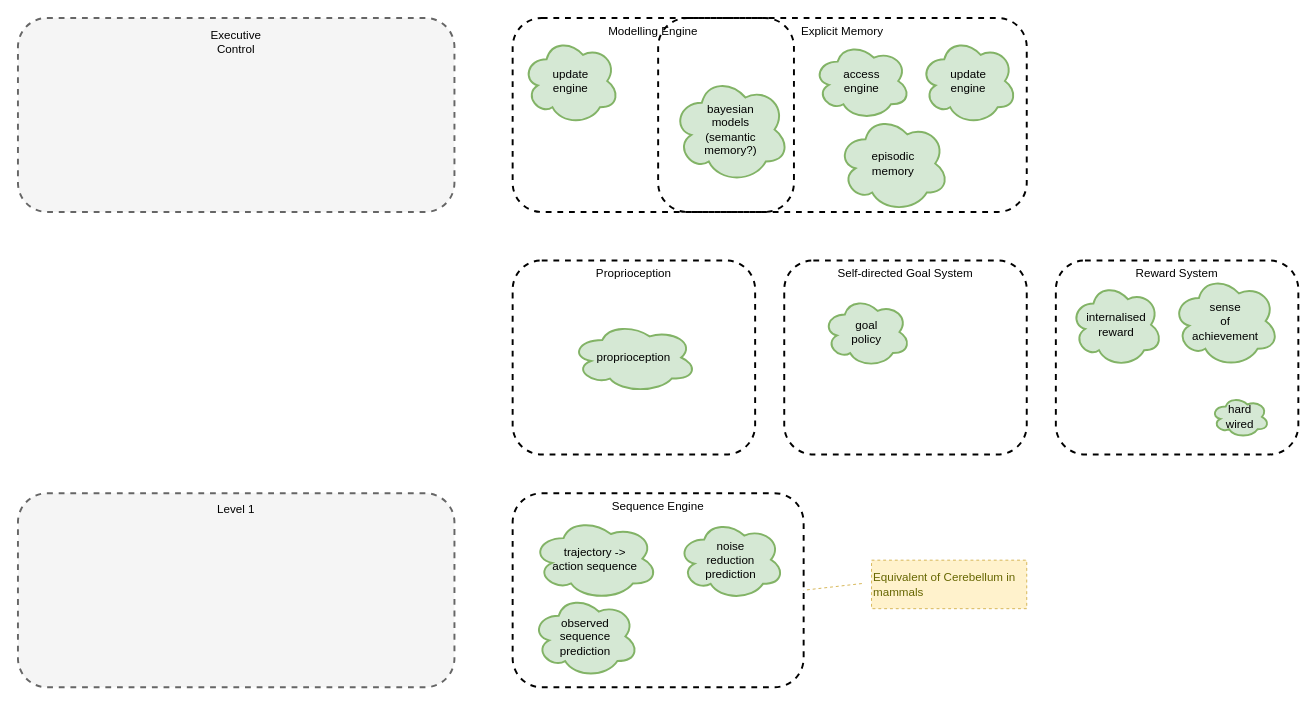
malcolmlett/malcolmlett.github.io keeps this draw.io diagram as page "overview-of-systems" (1 of 8) of files/An-agi-architecture-v1.drawio. Above is the earlier version. Source tidied: cells renumbered, new cells numbered last; positions are measured from the earlier drawing's top-left corner, leaving out a move shared by most shapes. Both pictures are drawn from the tidied source at 97%, with x=0, y=0 at pixel (17, 17).
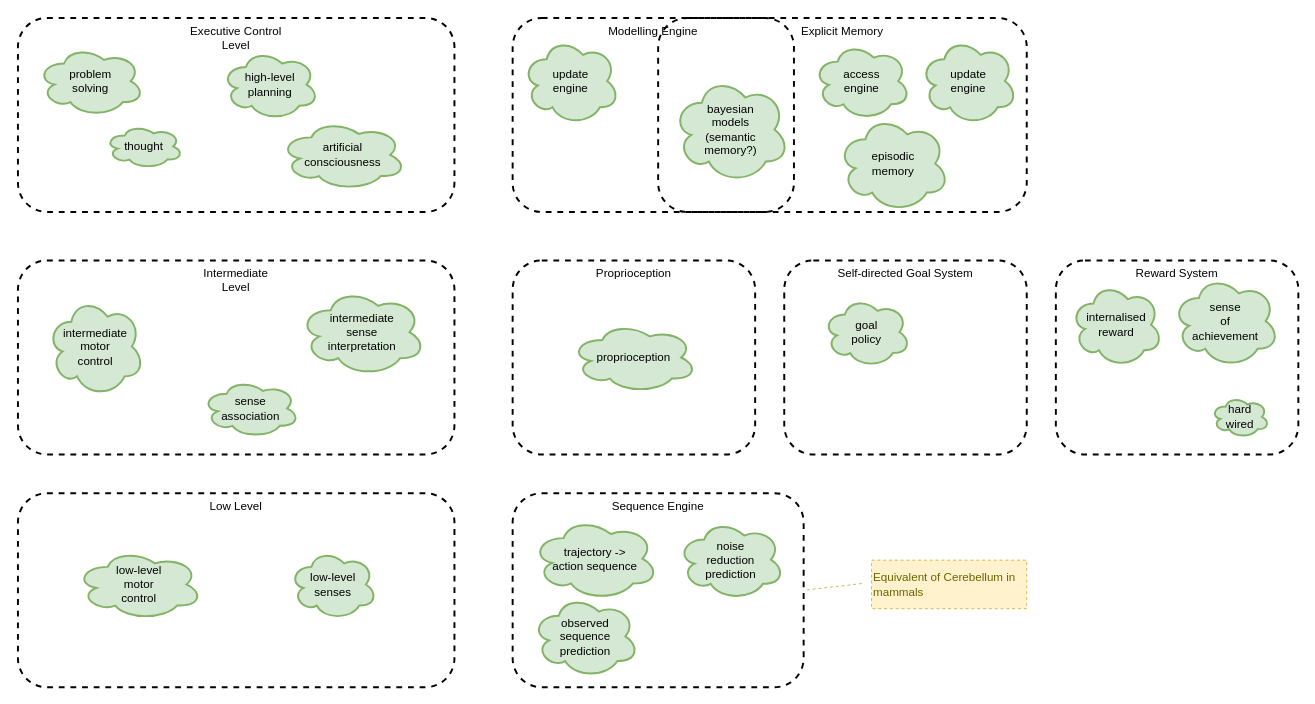
After the change.

The edit, as a diff of the source:
```diff
@@
-    <mxCell id="3" style="rounded=1;whiteSpace=wrap;html=1;fillColor=#f5f5f5;dashed=1;strokeWidth=2;strokeColor=#666666;fontColor=#333333;" parent="1" vertex="1">
+    <mxCell id="3" value="Low Level" style="rounded=1;whiteSpace=wrap;html=1;fillColor=none;dashed=1;strokeWidth=2;strokeColor=#000000;fontColor=#000000;verticalAlign=top;" parent="1" vertex="1">
       <mxGeometry y="490" width="450" height="200" as="geometry" />
     </mxCell>
-    <mxCell id="4" value="Level 1" style="text;html=1;strokeColor=none;fillColor=none;align=center;verticalAlign=middle;whiteSpace=wrap;rounded=0;sketch=1;rotation=0;" parent="1" vertex="1">
-      <mxGeometry x="190" y="497" width="70" height="20" as="geometry" />
-    </mxCell>
-    <mxCell id="5" style="rounded=1;whiteSpace=wrap;html=1;fillColor=#f5f5f5;dashed=1;strokeWidth=2;strokeColor=#666666;fontColor=#333333;" parent="1" vertex="1">
+    <mxCell id="5" value="Executive Control&lt;br&gt;Level" style="rounded=1;whiteSpace=wrap;html=1;fillColor=none;dashed=1;strokeWidth=2;strokeColor=#000000;fontColor=#000000;verticalAlign=top;" parent="1" vertex="1">
       <mxGeometry width="450" height="200" as="geometry" />
     </mxCell>
-    <mxCell id="6" value="Executive Control" style="text;html=1;strokeColor=none;fillColor=none;align=center;verticalAlign=middle;whiteSpace=wrap;rounded=0;sketch=1;rotation=0;" parent="1" vertex="1">
-      <mxGeometry x="190" y="10" width="70" height="30" as="geometry" />
-    </mxCell>
@@
+    <mxCell id="27" value="low-level&lt;br&gt;motor&lt;br&gt;control" style="ellipse;shape=cloud;whiteSpace=wrap;html=1;rounded=0;labelBackgroundColor=none;sketch=0;strokeColor=#82b366;strokeWidth=2;fillColor=#d5e8d4;fontSize=12;align=center;" parent="1" vertex="1">
+      <mxGeometry x="60" y="547.8" width="130" height="72.5" as="geometry" />
+    </mxCell>
+    <mxCell id="28" value="Intermediate&lt;br&gt;Level" style="rounded=1;whiteSpace=wrap;html=1;fillColor=none;dashed=1;strokeWidth=2;strokeColor=#000000;fontColor=#000000;verticalAlign=top;" parent="1" vertex="1">
+      <mxGeometry y="250" width="450" height="200" as="geometry" />
+    </mxCell>
+    <mxCell id="29" value="low-level&lt;br&gt;senses" style="ellipse;shape=cloud;whiteSpace=wrap;html=1;rounded=0;labelBackgroundColor=none;sketch=0;strokeColor=#82b366;strokeWidth=2;fillColor=#d5e8d4;fontSize=12;align=center;" parent="1" vertex="1">
+      <mxGeometry x="280" y="547.8" width="90" height="72.5" as="geometry" />
+    </mxCell>
+    <mxCell id="30" value="intermediate&lt;br&gt;motor&lt;br&gt;control" style="ellipse;shape=cloud;whiteSpace=wrap;html=1;rounded=0;labelBackgroundColor=none;sketch=0;strokeColor=#82b366;strokeWidth=2;fillColor=#d5e8d4;fontSize=12;align=center;" parent="1" vertex="1">
+      <mxGeometry x="30" y="287.5" width="100" height="102.5" as="geometry" />
+    </mxCell>
+    <mxCell id="31" value="intermediate&lt;br&gt;sense&lt;br&gt;interpretation" style="ellipse;shape=cloud;whiteSpace=wrap;html=1;rounded=0;labelBackgroundColor=none;sketch=0;strokeColor=#82b366;strokeWidth=2;fillColor=#d5e8d4;fontSize=12;align=center;" parent="1" vertex="1">
+      <mxGeometry x="290" y="278.8" width="130" height="90" as="geometry" />
+    </mxCell>
+    <mxCell id="32" value="problem&lt;br&gt;solving" style="ellipse;shape=cloud;whiteSpace=wrap;html=1;rounded=0;labelBackgroundColor=none;sketch=0;strokeColor=#82b366;strokeWidth=2;fillColor=#d5e8d4;fontSize=12;align=center;" parent="1" vertex="1">
+      <mxGeometry x="20" y="28.8" width="110" height="72.5" as="geometry" />
+    </mxCell>
+    <mxCell id="33" value="high-level&lt;br&gt;planning" style="ellipse;shape=cloud;whiteSpace=wrap;html=1;rounded=0;labelBackgroundColor=none;sketch=0;strokeColor=#82b366;strokeWidth=2;fillColor=#d5e8d4;fontSize=12;align=center;" parent="1" vertex="1">
+      <mxGeometry x="210" y="32.5" width="100" height="72.5" as="geometry" />
+    </mxCell>
+    <mxCell id="34" value="artificial&lt;br&gt;consciousness" style="ellipse;shape=cloud;whiteSpace=wrap;html=1;rounded=0;labelBackgroundColor=none;sketch=0;strokeColor=#82b366;strokeWidth=2;fillColor=#d5e8d4;fontSize=12;align=center;" parent="1" vertex="1">
+      <mxGeometry x="270" y="105" width="130" height="72.5" as="geometry" />
+    </mxCell>
+    <mxCell id="35" value="sense&lt;br&gt;association" style="ellipse;shape=cloud;whiteSpace=wrap;html=1;rounded=0;labelBackgroundColor=none;sketch=0;strokeColor=#82b366;strokeWidth=2;fillColor=#d5e8d4;fontSize=12;align=center;" parent="1" vertex="1">
+      <mxGeometry x="190" y="372.5" width="100" height="60" as="geometry" />
+    </mxCell>
+    <mxCell id="36" value="thought" style="ellipse;shape=cloud;whiteSpace=wrap;html=1;rounded=0;labelBackgroundColor=none;sketch=0;strokeColor=#82b366;strokeWidth=2;fillColor=#d5e8d4;fontSize=12;align=center;" parent="1" vertex="1">
+      <mxGeometry x="90" y="110" width="80" height="45" as="geometry" />
+    </mxCell>
```
